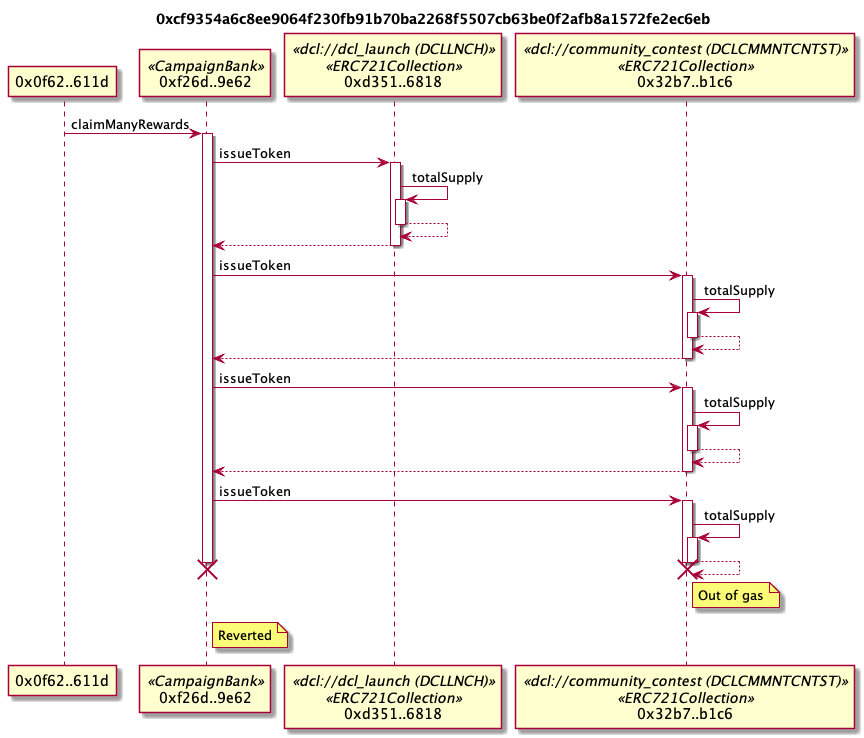
naddison36/tx2uml keeps this PlantUML diagram as examples/failedTx.png. Above is the earlier version. Its diagram source:
```plantuml
@startuml
title 0xcf9354a6c8ee9064f230fb91b70ba2268f5507cb63be0f2afb8a1572fe2ec6eb
participant "0x0f62..611d" as 0f62611d
participant "0xf26d..9e62" as f26d9e62 <<CampaignBank>>
participant "0xd351..6818" as d3516818 <<dcl://dcl_launch (DCLLNCH)>><<ERC721Collection>>
participant "0x32b7..b1c6" as 32b7b1c6 <<dcl://community_contest (DCLCMMNTCNTST)>><<ERC721Collection>>

0f62611d -> f26d9e62: claimManyRewards
activate f26d9e62
f26d9e62 -> d3516818: issueToken
activate d3516818
d3516818 -> d3516818: totalSupply
activate d3516818
return
return
f26d9e62 -> 32b7b1c6: issueToken
activate 32b7b1c6
32b7b1c6 -> 32b7b1c6: totalSupply
activate 32b7b1c6
return
return
f26d9e62 -> 32b7b1c6: issueToken
activate 32b7b1c6
32b7b1c6 -> 32b7b1c6: totalSupply
activate 32b7b1c6
return
return
f26d9e62 -> 32b7b1c6: issueToken
activate 32b7b1c6
32b7b1c6 -> 32b7b1c6: totalSupply
activate 32b7b1c6
return
destroy 32b7b1c6
note right of 32b7b1c6: Out of gas
destroy f26d9e62
note right of f26d9e62: Reverted

@endumls
```
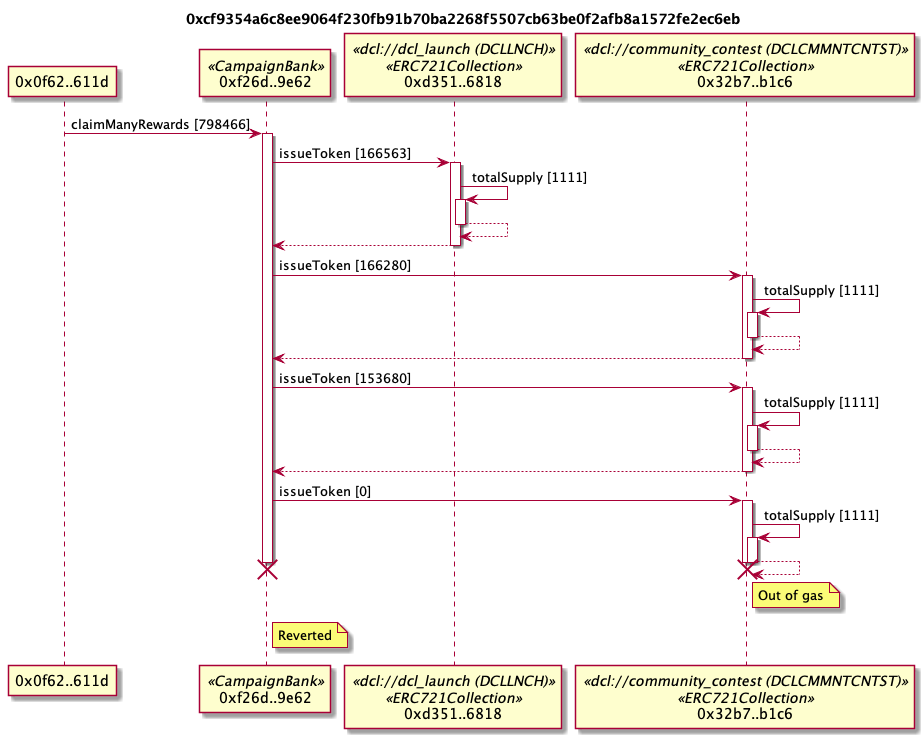
The same file after the commit.

Change to the diagram source:
```diff
@@ -5,29 +5,29 @@
 participant "0xd351..6818" as d3516818 <<dcl://dcl_launch (DCLLNCH)>><<ERC721Collection>>
 participant "0x32b7..b1c6" as 32b7b1c6 <<dcl://community_contest (DCLCMMNTCNTST)>><<ERC721Collection>>
 
-0f62611d -> f26d9e62: claimManyRewards
+0f62611d -> f26d9e62: claimManyRewards [798466]
 activate f26d9e62
-f26d9e62 -> d3516818: issueToken
+f26d9e62 -> d3516818: issueToken [166563]
 activate d3516818
-d3516818 -> d3516818: totalSupply
+d3516818 -> d3516818: totalSupply [1111]
 activate d3516818
 return
 return
-f26d9e62 -> 32b7b1c6: issueToken
+f26d9e62 -> 32b7b1c6: issueToken [166280]
 activate 32b7b1c6
-32b7b1c6 -> 32b7b1c6: totalSupply
+32b7b1c6 -> 32b7b1c6: totalSupply [1111]
 activate 32b7b1c6
 return
 return
-f26d9e62 -> 32b7b1c6: issueToken
+f26d9e62 -> 32b7b1c6: issueToken [153680]
 activate 32b7b1c6
-32b7b1c6 -> 32b7b1c6: totalSupply
+32b7b1c6 -> 32b7b1c6: totalSupply [1111]
 activate 32b7b1c6
 return
 return
-f26d9e62 -> 32b7b1c6: issueToken
+f26d9e62 -> 32b7b1c6: issueToken [0]
 activate 32b7b1c6
-32b7b1c6 -> 32b7b1c6: totalSupply
+32b7b1c6 -> 32b7b1c6: totalSupply [1111]
 activate 32b7b1c6
 return
 destroy 32b7b1c6
```
